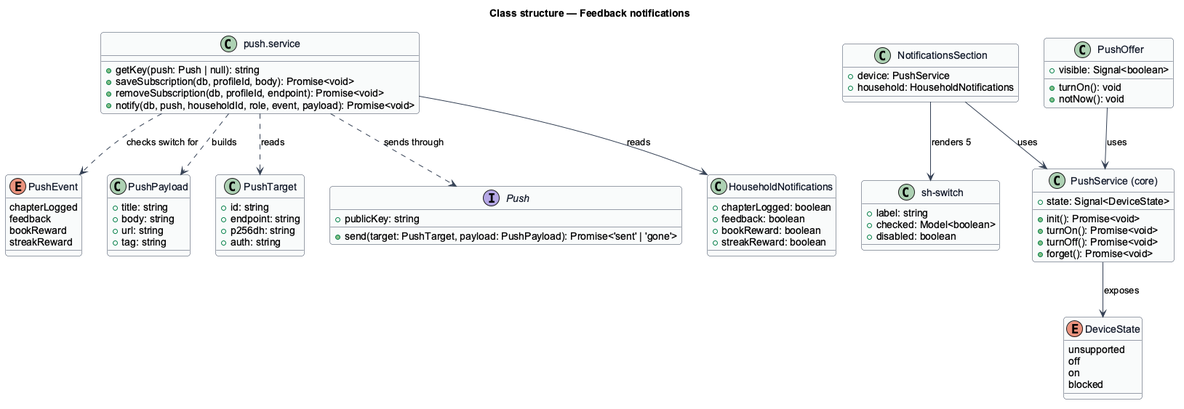
Before: docs/detailed-designs/shell/push-notifications/diagrams/class-structure.png, a diagram exported from PlantUML (QuinntyneBrown/shelfie).
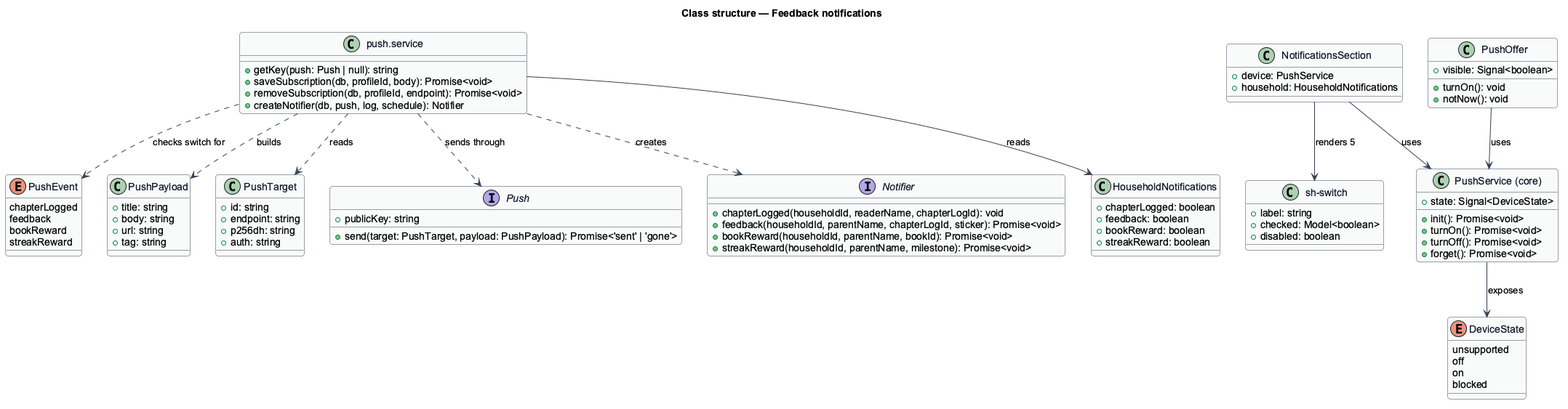
After the change.

Diff of the diagram source:
```diff
@@ -48,7 +48,14 @@
   +getKey(push: Push | null): string
   +saveSubscription(db, profileId, body): Promise<void>
   +removeSubscription(db, profileId, endpoint): Promise<void>
-  +notify(db, push, householdId, role, event, payload): Promise<void>
+  +createNotifier(db, push, log, schedule): Notifier
+}
+
+interface Notifier {
+  +chapterLogged(householdId, readerName, chapterLogId): void
+  +feedback(householdId, parentName, chapterLogId, sticker): Promise<void>
+  +bookReward(householdId, parentName, bookId): Promise<void>
+  +streakReward(householdId, parentName, milestone): Promise<void>
 }
 
 class HouseholdNotifications {
@@ -86,6 +93,7 @@
 PushService_API ..> Push : sends through
 PushService_API ..> PushTarget : reads
 PushService_API ..> PushPayload : builds
+PushService_API ..> Notifier : creates
 PushService_API ..> PushEvent : checks switch for
 PushService_API --> HouseholdNotifications : reads
 PushService_Web --> DeviceState : exposes
```
